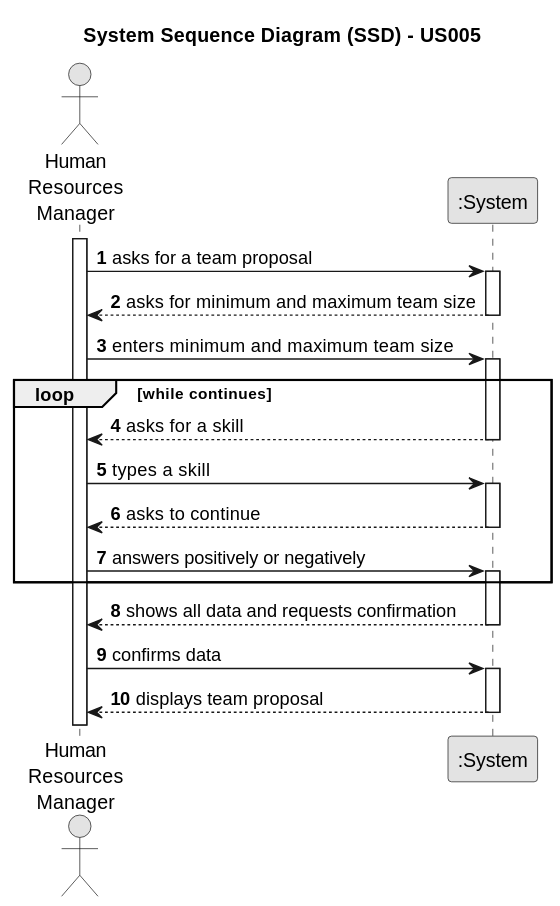
Earlier version of the PlantUML export docs/sprintB/us005/01.requirements-engineering/svg/us005-system-sequence-diagram.svg (Departamento-de-Engenharia-Informatica/lei-24-s2-1dm-g132).
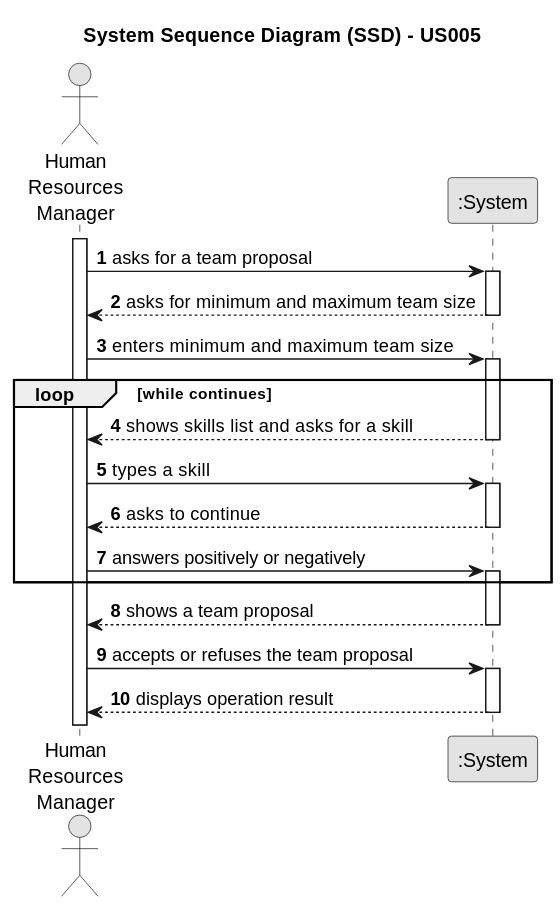
Later version of the same file.

Commit message:
us005-system-sequence-diagram update

Change to the diagram source:
```diff
@@ -22,7 +22,7 @@
     activate System
 
     loop while continues
-        System --> HRM : asks for a skill
+        System --> HRM : shows skills list and asks for a skill
     deactivate System
 
     HRM -> System : types a skill
@@ -36,12 +36,12 @@
     activate System
     end
 
-        System --> HRM : shows all data and requests confirmation
+        System --> HRM : shows a team proposal
     deactivate System
 
-    HRM -> System : confirms data
+    HRM -> System : accepts or refuses the team proposal
     activate System
 
-        System --> HRM : displays team proposal
+        System --> HRM : displays operation result
     deactivate System
 @enduml
```
